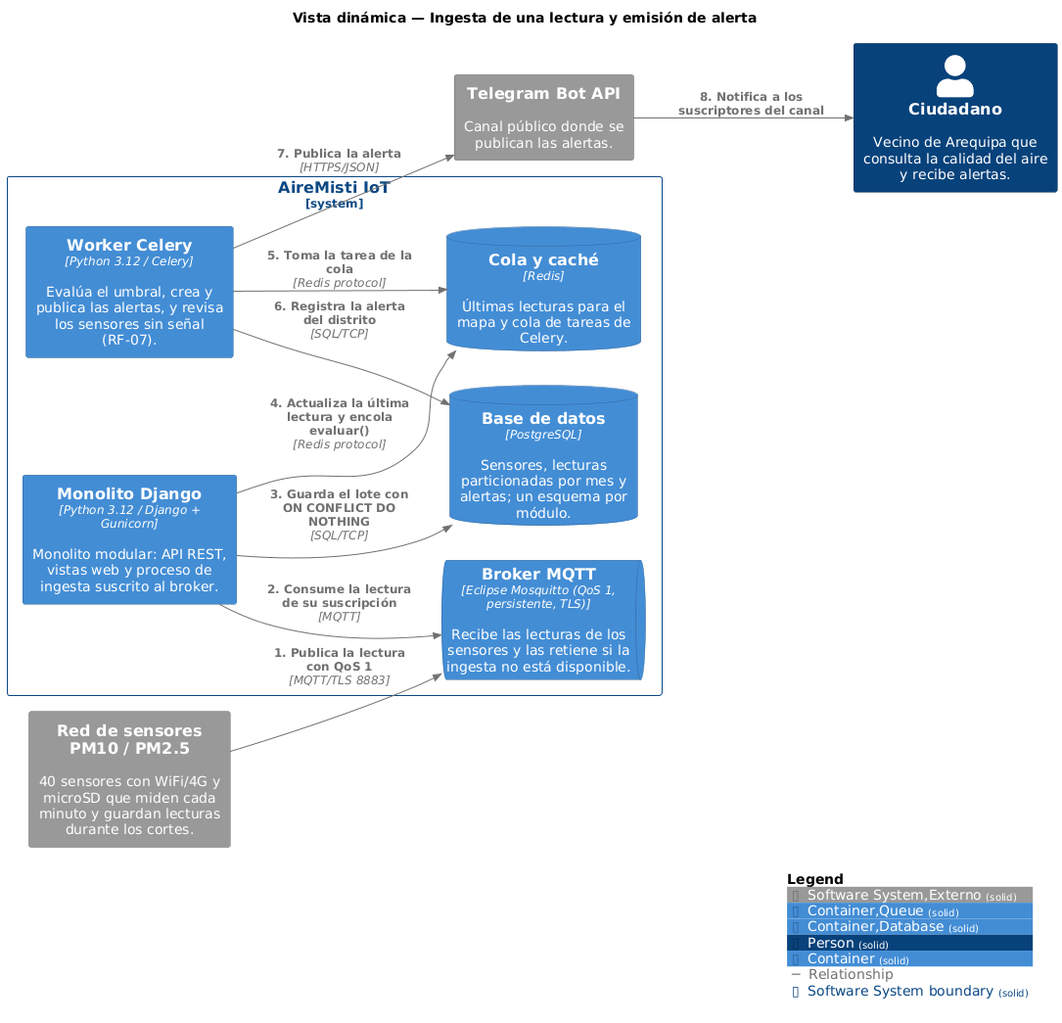
The PlantUML diagram docs/architecture/c4/img/structurizr-IngestaYAlerta.png in DanielJosueGuillenValcarcel/cs-2026b-lab04, before a commit.
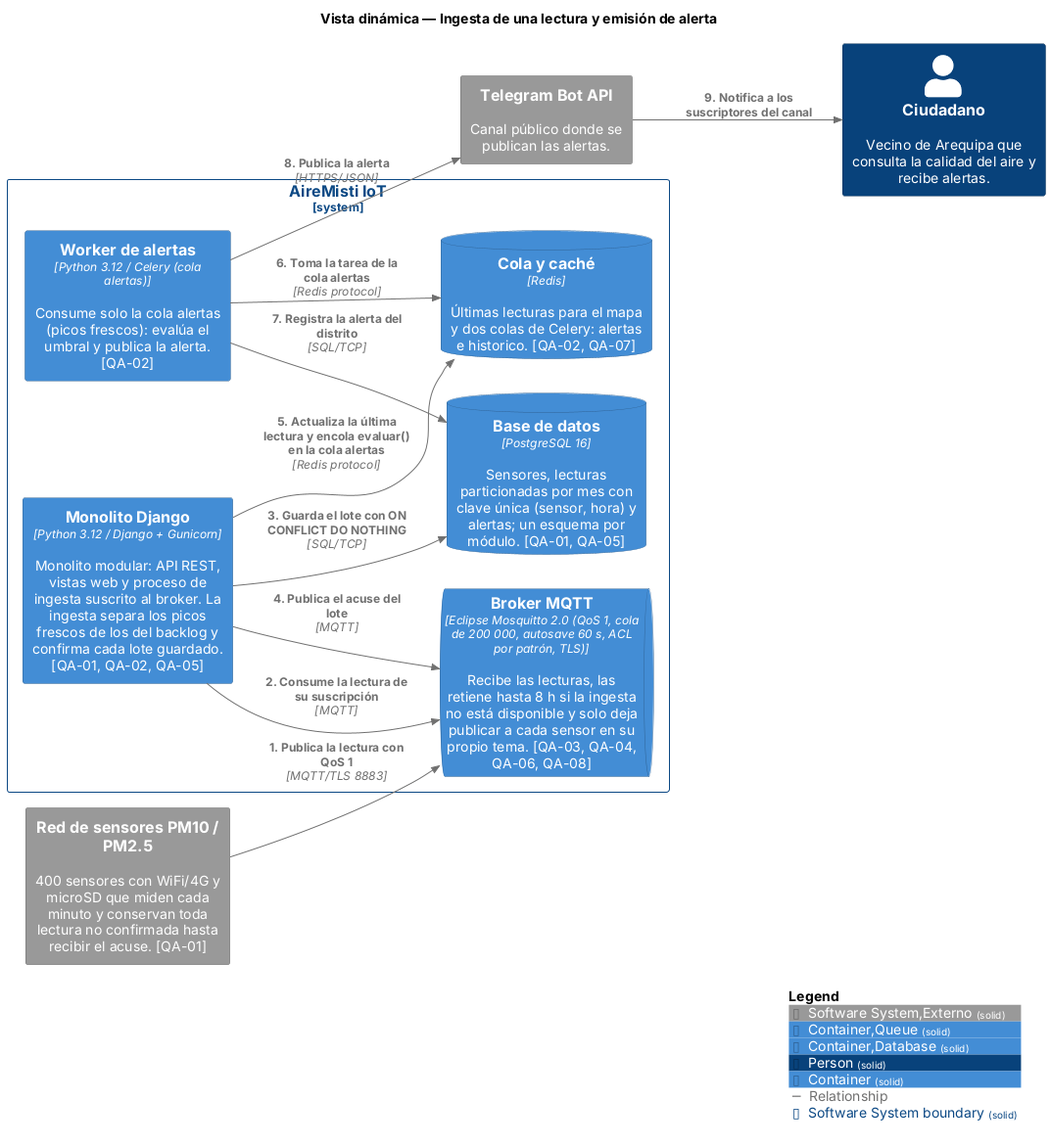
The same file after the commit.

What changed in the source:
```diff
@@ -19,25 +19,26 @@
 AddBoundaryTag("Software System", $bgColor="#ffffff", $borderColor="#0b4884", $fontColor="#0b4884", $shadowing="", $borderStyle="solid")
 
 System_Boundary("AireMistiIoT_boundary", "AireMisti IoT", $tags="Software System") {
-  Container(AireMistiIoT.WorkerCelery, "Worker Celery", $techn="Python 3.12 / Celery", $descr="Evalúa el umbral, crea y publica las alertas, y revisa los sensores sin señal (RF-07).", $tags="Container", $link="")
-  ContainerQueue(AireMistiIoT.BrokerMQTT, "Broker MQTT", $techn="Eclipse Mosquitto (QoS 1, persistente, TLS)", $descr="Recibe las lecturas de los sensores y las retiene si la ingesta no está disponible.", $tags="Container,Queue", $link="")
-  ContainerDb(AireMistiIoT.Basededatos, "Base de datos", $techn="PostgreSQL", $descr="Sensores, lecturas particionadas por mes y alertas; un esquema por módulo.", $tags="Container,Database", $link="")
-  ContainerDb(AireMistiIoT.Colaycaché, "Cola y caché", $techn="Redis", $descr="Últimas lecturas para el mapa y cola de tareas de Celery.", $tags="Container,Database", $link="")
-  Container(AireMistiIoT.MonolitoDjango, "Monolito Django", $techn="Python 3.12 / Django + Gunicorn", $descr="Monolito modular: API REST, vistas web y proceso de ingesta suscrito al broker.", $tags="Container", $link="")
+  Container(AireMistiIoT.Workerdealertas, "Worker de alertas", $techn="Python 3.12 / Celery (cola alertas)", $descr="Consume solo la cola alertas (picos frescos): evalúa el umbral y publica la alerta. [QA-02]", $tags="Container", $link="")
+  ContainerQueue(AireMistiIoT.BrokerMQTT, "Broker MQTT", $techn="Eclipse Mosquitto 2.0 (QoS 1, cola de 200 000, autosave 60 s, ACL por patrón, TLS)", $descr="Recibe las lecturas, las retiene hasta 8 h si la ingesta no está disponible y solo deja publicar a cada sensor en su propio tema. [QA-03, QA-04, QA-06, QA-08]", $tags="Container,Queue", $link="")
+  ContainerDb(AireMistiIoT.Basededatos, "Base de datos", $techn="PostgreSQL 16", $descr="Sensores, lecturas particionadas por mes con clave única (sensor, hora) y alertas; un esquema por módulo. [QA-01, QA-05]", $tags="Container,Database", $link="")
+  ContainerDb(AireMistiIoT.Colaycaché, "Cola y caché", $techn="Redis", $descr="Últimas lecturas para el mapa y dos colas de Celery: alertas e historico. [QA-02, QA-07]", $tags="Container,Database", $link="")
+  Container(AireMistiIoT.MonolitoDjango, "Monolito Django", $techn="Python 3.12 / Django + Gunicorn", $descr="Monolito modular: API REST, vistas web y proceso de ingesta suscrito al broker. La ingesta separa los picos frescos de los del backlog y confirma cada lote guardado. [QA-01, QA-02, QA-05]", $tags="Container", $link="")
 }
 
 Person(Ciudadano, "Ciudadano", $descr="Vecino de Arequipa que consulta la calidad del aire y recibe alertas.", $tags="Person", $link="")
-System(ReddesensoresPM10PM25, "Red de sensores PM10 / PM2.5", $descr="40 sensores con WiFi/4G y microSD que miden cada minuto y guardan lecturas durante los cortes.", $tags="Software System,Externo", $link="")
+System(ReddesensoresPM10PM25, "Red de sensores PM10 / PM2.5", $descr="400 sensores con WiFi/4G y microSD que miden cada minuto y conservan toda lectura no confirmada hasta recibir el acuse. [QA-01]", $tags="Software System,Externo", $link="")
 System(TelegramBotAPI, "Telegram Bot API", $descr="Canal público donde se publican las alertas.", $tags="Software System,Externo", $link="")
 
 Rel(ReddesensoresPM10PM25, AireMistiIoT.BrokerMQTT, "1. Publica la lectura con QoS 1", $techn="MQTT/TLS 8883", $tags="Relationship", $link="")
 Rel(AireMistiIoT.MonolitoDjango, AireMistiIoT.BrokerMQTT, "2. Consume la lectura de su suscripción", $techn="MQTT", $tags="Relationship", $link="")
 Rel(AireMistiIoT.MonolitoDjango, AireMistiIoT.Basededatos, "3. Guarda el lote con ON CONFLICT DO NOTHING", $techn="SQL/TCP", $tags="Relationship", $link="")
-Rel(AireMistiIoT.MonolitoDjango, AireMistiIoT.Colaycaché, "4. Actualiza la última lectura y encola evaluar()", $techn="Redis protocol", $tags="Relationship", $link="")
-Rel(AireMistiIoT.WorkerCelery, AireMistiIoT.Colaycaché, "5. Toma la tarea de la cola", $techn="Redis protocol", $tags="Relationship", $link="")
-Rel(AireMistiIoT.WorkerCelery, AireMistiIoT.Basededatos, "6. Registra la alerta del distrito", $techn="SQL/TCP", $tags="Relationship", $link="")
-Rel(AireMistiIoT.WorkerCelery, TelegramBotAPI, "7. Publica la alerta", $techn="HTTPS/JSON", $tags="Relationship", $link="")
-Rel(TelegramBotAPI, Ciudadano, "8. Notifica a los suscriptores del canal", $techn="", $tags="Relationship", $link="")
+Rel(AireMistiIoT.MonolitoDjango, AireMistiIoT.BrokerMQTT, "4. Publica el acuse del lote", $techn="MQTT", $tags="Relationship", $link="")
+Rel(AireMistiIoT.MonolitoDjango, AireMistiIoT.Colaycaché, "5. Actualiza la última lectura y encola evaluar() en la cola alertas", $techn="Redis protocol", $tags="Relationship", $link="")
+Rel(AireMistiIoT.Workerdealertas, AireMistiIoT.Colaycaché, "6. Toma la tarea de la cola alertas", $techn="Redis protocol", $tags="Relationship", $link="")
+Rel(AireMistiIoT.Workerdealertas, AireMistiIoT.Basededatos, "7. Registra la alerta del distrito", $techn="SQL/TCP", $tags="Relationship", $link="")
+Rel(AireMistiIoT.Workerdealertas, TelegramBotAPI, "8. Publica la alerta", $techn="HTTPS/JSON", $tags="Relationship", $link="")
+Rel(TelegramBotAPI, Ciudadano, "9. Notifica a los suscriptores del canal", $techn="", $tags="Relationship", $link="")
 
 SHOW_LEGEND(true)
 @enduml
```
